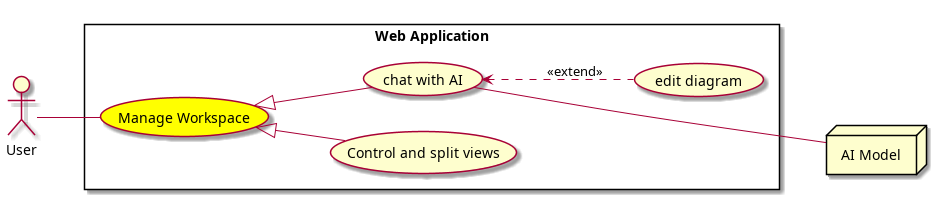
souhaib-askri/report_pfe keeps this PlantUML diagram as conception/SprintIV/use_case_diagrams/refined_use_case_feature_workspace_management.png. Above is the earlier version. Its source is kept beside it as conception/SprintIV/use_case_diagrams/refined_use_case_feature_workspace_management.puml.
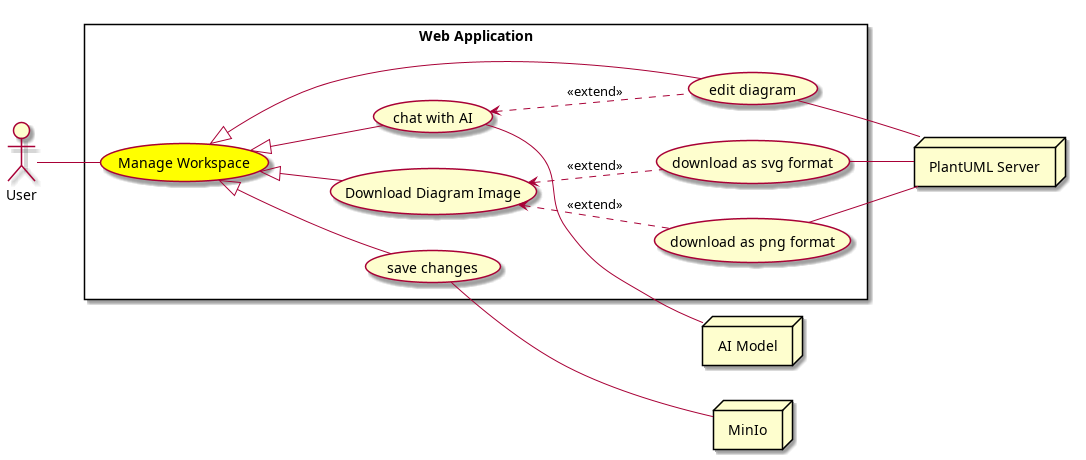
Later version of the same file.

Commit message:
coception : sprint IV:update usecases

Change to the diagram source:
```diff
@@ -3,21 +3,35 @@
 
 actor "User" as User
 node "AI Model" as AIModel
+node "PlantUML Server" as PlantUMLServer
+node "MinIo" as MinIo
 
 rectangle "Web Application" {
-    usecase "Control and split views" as ControlAndSplitViews
     usecase "Manage Workspace" as ManageWorkspace#Yellow
     usecase "chat with AI" as ChatWithAI
     usecase "edit diagram" as EditDiagram
+    usecase "save changes" as SaveChanges
+
+    usecase "Download Diagram Image" as DownloadDiagramImage
+    usecase "download as svg format" as DownloadSVGFormat
+    usecase "download as png format" as DownloadPNGFormat
 }
 
 User -- ManageWorkspace
 
 ManageWorkspace <|-- ChatWithAI
-ManageWorkspace <|-- ControlAndSplitViews
+ManageWorkspace <|-- SaveChanges
+ManageWorkspace <|-- EditDiagram
+ManageWorkspace <|-- DownloadDiagramImage
 ChatWithAI <.. EditDiagram : <<extend>>
+DownloadDiagramImage <.. DownloadSVGFormat : <<extend>>
+DownloadDiagramImage <.. DownloadPNGFormat : <<extend>>
+DownloadSVGFormat -- PlantUMLServer
+DownloadPNGFormat -- PlantUMLServer
+EditDiagram -- PlantUMLServer
+SaveChanges -- MinIo
 
-ChatWithAI --- AIModel
+ChatWithAI -- AIModel
 
 
 @enduml
```
